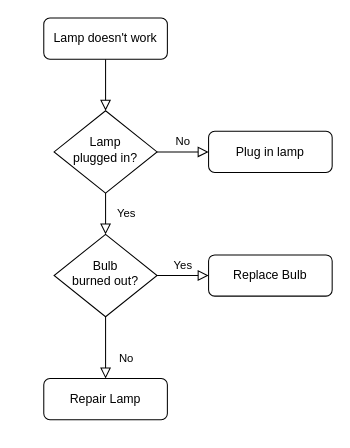
Earlier version of the draw.io diagram 云南统计分析.drawio (zengsl/diagrams). Source tidied: cells renumbered, new cells numbered last; positions are measured from the earlier drawing's top-left corner, leaving out a move shared by most shapes. Both pictures are drawn from the tidied source at 103%, with x=0, y=0 at pixel (43, 18).
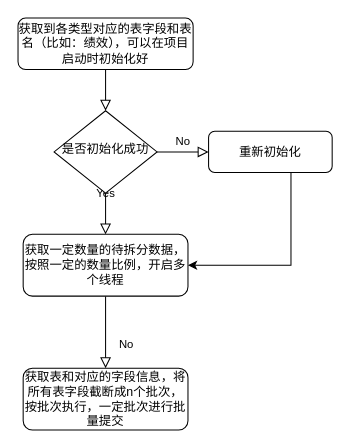
The same diagram, later.

Commit message:
更新云南统计分析.drawio

Change to the diagram source:
```diff
@@
 <mxGraphModel>
   <root>
     <mxCell id="0" />
     <mxCell id="1" parent="0" />
     <mxCell id="2" style="rounded=0;html=1;jettySize=auto;fontSize=11;endArrow=block;endFill=0;endSize=8;strokeWidth=1;shadow=0;labelBackgroundColor=none;edgeStyle=orthogonalEdgeStyle;" parent="1" edge="1" source="3" target="6">
       <mxGeometry relative="1" as="geometry" />
     </mxCell>
-    <mxCell id="3" value="Lamp doesn't work" style="rounded=1;whiteSpace=wrap;html=1;fontSize=12;glass=0;strokeWidth=1;shadow=0;" parent="1" vertex="1">
-      <mxGeometry width="120" height="40" as="geometry" />
+    <mxCell id="3" value="&lt;span&gt;获取到各类型对应的表字段和表名（比如：绩效），可以在项目启动时初始化好&lt;/span&gt;" style="rounded=1;whiteSpace=wrap;html=1;fontSize=12;glass=0;strokeWidth=1;shadow=0;" parent="1" vertex="1">
+      <mxGeometry x="-25" width="170" height="50" as="geometry" />
     </mxCell>
-    <mxCell id="4" value="Yes" style="rounded=0;html=1;jettySize=auto;fontSize=11;endArrow=block;endFill=0;endSize=8;strokeWidth=1;shadow=0;labelBackgroundColor=none;edgeStyle=orthogonalEdgeStyle;" parent="1" edge="1" source="6" target="10">
-      <mxGeometry y="20" relative="1" as="geometry" />
+    <mxCell id="4" value="Yes" style="rounded=0;html=1;jettySize=auto;fontSize=11;endArrow=block;endFill=0;endSize=8;strokeWidth=1;shadow=0;labelBackgroundColor=none;edgeStyle=orthogonalEdgeStyle;" parent="1" edge="1" source="6">
+      <mxGeometry y="20" relative="1" as="geometry">
+        <mxPoint x="60" y="210" as="targetPoint" />
+      </mxGeometry>
     </mxCell>
     <mxCell id="5" value="No" style="edgeStyle=orthogonalEdgeStyle;rounded=0;html=1;jettySize=auto;fontSize=11;endArrow=block;endFill=0;endSize=8;strokeWidth=1;shadow=0;labelBackgroundColor=none;" parent="1" edge="1" source="6" target="7">
       <mxGeometry y="10" relative="1" as="geometry" />
     </mxCell>
-    <mxCell id="6" value="Lamp&lt;br&gt;plugged in?" style="rhombus;whiteSpace=wrap;html=1;shadow=0;fontFamily=Helvetica;fontSize=12;align=center;strokeWidth=1;spacing=6;spacingTop=-4;" parent="1" vertex="1">
+    <mxCell id="6" value="是否初始化成功" style="rhombus;whiteSpace=wrap;html=1;shadow=0;fontFamily=Helvetica;fontSize=12;align=center;strokeWidth=1;spacing=6;spacingTop=-4;" parent="1" vertex="1">
       <mxGeometry x="10" y="90" width="100" height="80" as="geometry" />
     </mxCell>
+    <mxCell id="13" style="edgeStyle=orthogonalEdgeStyle;rounded=0;jettySize=auto;html=1;entryX=1;entryY=0.5;entryDx=0;entryDy=0;" parent="1" edge="1" source="7" target="12">
+      <mxGeometry relative="1" as="geometry">
+        <Array as="points">
+          <mxPoint x="240" y="240" />
+        </Array>
+      </mxGeometry>
+    </mxCell>
-    <mxCell id="7" value="Plug in lamp" style="rounded=1;whiteSpace=wrap;html=1;fontSize=12;glass=0;strokeWidth=1;shadow=0;" parent="1" vertex="1">
+    <mxCell id="7" value="重新初始化" style="rounded=1;whiteSpace=wrap;html=1;fontSize=12;glass=0;strokeWidth=1;shadow=0;" parent="1" vertex="1">
       <mxGeometry x="160" y="110" width="120" height="40" as="geometry" />
     </mxCell>
-    <mxCell id="8" value="No" style="rounded=0;html=1;jettySize=auto;fontSize=11;endArrow=block;endFill=0;endSize=8;strokeWidth=1;shadow=0;labelBackgroundColor=none;edgeStyle=orthogonalEdgeStyle;" parent="1" edge="1" source="10" target="11">
+    <mxCell id="8" value="No" style="rounded=0;html=1;jettySize=auto;fontSize=11;endArrow=block;endFill=0;endSize=8;strokeWidth=1;shadow=0;labelBackgroundColor=none;edgeStyle=orthogonalEdgeStyle;exitX=0.5;exitY=1;exitDx=0;exitDy=0;" parent="1" edge="1" source="12" target="11">
       <mxGeometry x="0.33" y="20" relative="1" as="geometry" />
     </mxCell>
-    <mxCell id="9" value="Yes" style="edgeStyle=orthogonalEdgeStyle;rounded=0;html=1;jettySize=auto;fontSize=11;endArrow=block;endFill=0;endSize=8;strokeWidth=1;shadow=0;labelBackgroundColor=none;" parent="1" edge="1" source="10" target="12">
-      <mxGeometry y="10" relative="1" as="geometry" />
-    </mxCell>
-    <mxCell id="10" value="Bulb&lt;br&gt;burned out?" style="rhombus;whiteSpace=wrap;html=1;shadow=0;fontFamily=Helvetica;fontSize=12;align=center;strokeWidth=1;spacing=6;spacingTop=-4;" parent="1" vertex="1">
-      <mxGeometry x="10" y="210" width="100" height="80" as="geometry" />
-    </mxCell>
-    <mxCell id="11" value="Repair Lamp" style="rounded=1;whiteSpace=wrap;html=1;fontSize=12;glass=0;strokeWidth=1;shadow=0;" parent="1" vertex="1">
-      <mxGeometry y="350" width="120" height="40" as="geometry" />
+    <mxCell id="11" value="获取表和对应的字段信息，将所有表字段截断成n个批次，按批次执行，一定批次进行批量提交" style="rounded=1;whiteSpace=wrap;html=1;fontSize=12;glass=0;strokeWidth=1;shadow=0;" parent="1" vertex="1">
+      <mxGeometry x="-20" y="340" width="160" height="60" as="geometry" />
     </mxCell>
-    <mxCell id="12" value="Replace Bulb" style="rounded=1;whiteSpace=wrap;html=1;fontSize=12;glass=0;strokeWidth=1;shadow=0;" parent="1" vertex="1">
-      <mxGeometry x="160" y="230" width="120" height="40" as="geometry" />
+    <mxCell id="12" value="获取一定数量的待拆分数据，按照一定的数量比例，开启多个线程" style="rounded=1;whiteSpace=wrap;html=1;fontSize=12;glass=0;strokeWidth=1;shadow=0;" parent="1" vertex="1">
+      <mxGeometry x="-20" y="210" width="160" height="60" as="geometry" />
     </mxCell>
   </root>
 </mxGraphModel>
```
